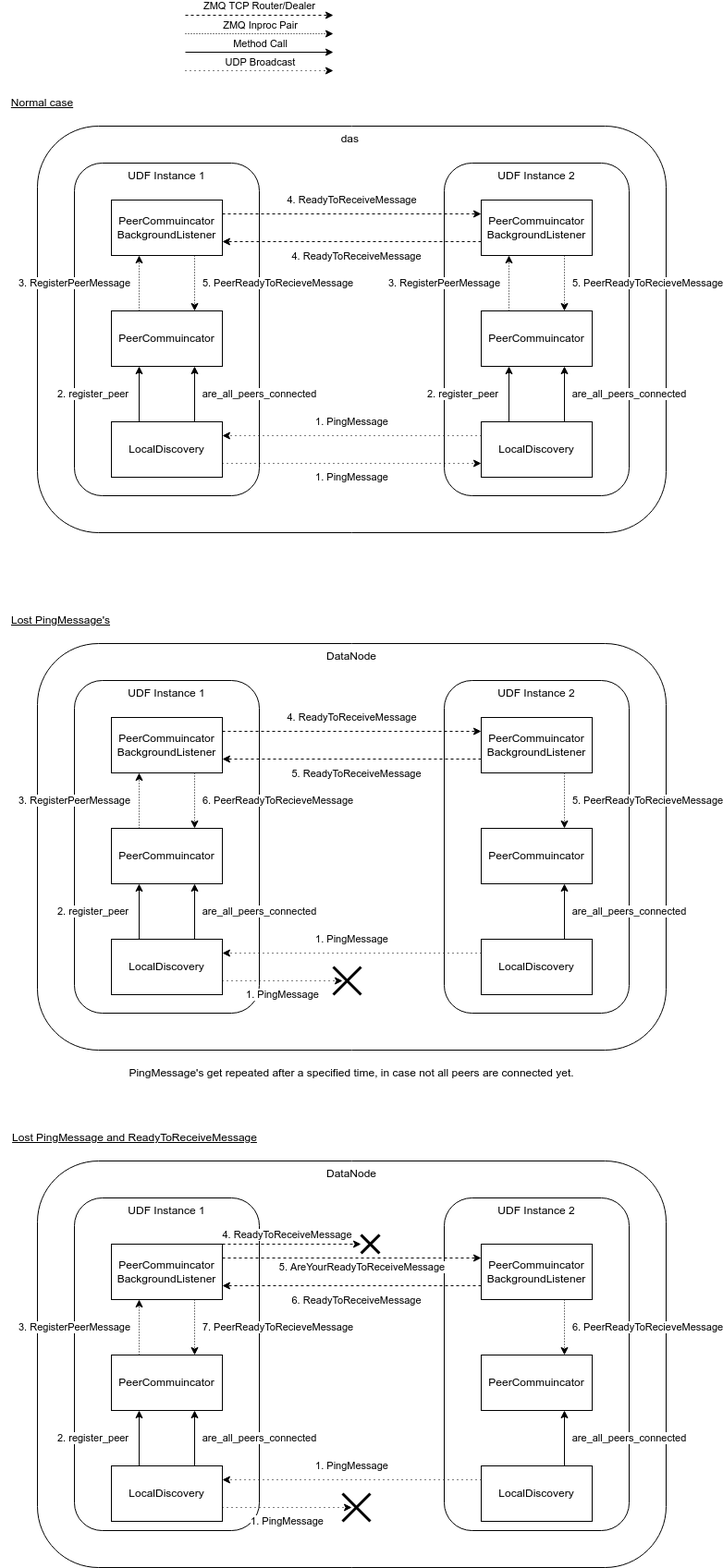
Above: doc/design/udf_communication_detail_overview.drawio.png in exasol/advanced-analytics-framework (draw.io), before the change. Source tidied: cells renumbered, new cells last; positions are measured from the earlier drawing's top-left corner, leaving out a move shared by most shapes.
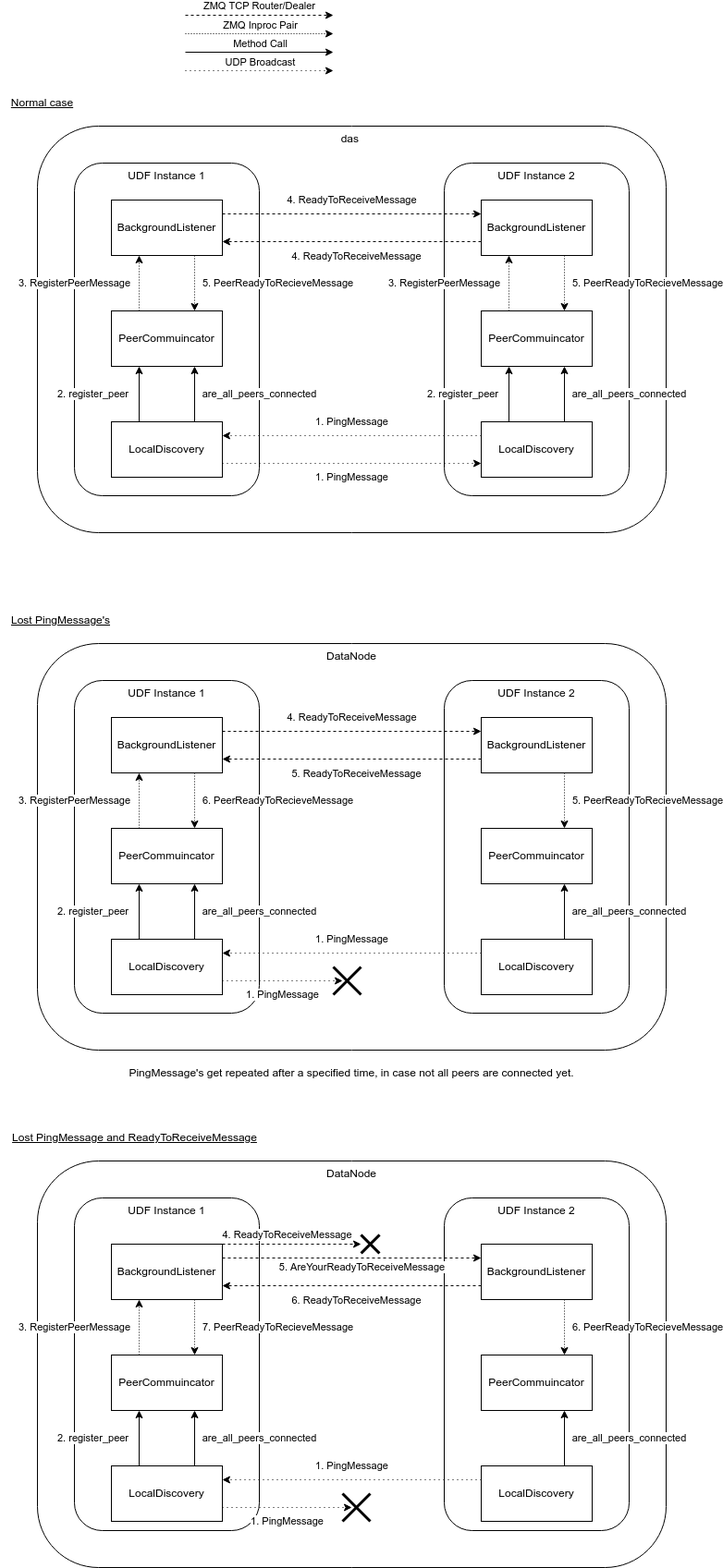
After the change.

Commit message:
Add markup for Python classes and enities to the documentation. And, explained the purpose of BackgroundListenerInterface and BackgroundListenerThread.

Diff of the diagram source:
```diff
@@ -53,7 +53,7 @@
     <mxCell id="18" value="4. ReadyToReceiveMessage" style="edgeStyle=orthogonalEdgeStyle;rounded=0;jettySize=auto;html=1;exitX=1;exitY=0.25;exitDx=0;exitDy=0;entryX=0;entryY=0.25;entryDx=0;entryDy=0;dashed=1;" parent="1" edge="1" source="19" target="28">
       <mxGeometry y="15" relative="1" as="geometry" />
     </mxCell>
-    <mxCell id="19" value="PeerCommuincator&lt;br&gt;BackgroundListener" style="rounded=0;whiteSpace=wrap;html=1;" parent="1" vertex="1">
+    <mxCell id="19" value="BackgroundListener" style="rounded=0;whiteSpace=wrap;html=1;" parent="1" vertex="1">
       <mxGeometry x="120" y="200" width="120" height="60" as="geometry" />
     </mxCell>
     <mxCell id="20" value="3. RegisterPeerMessage" style="edgeStyle=orthogonalEdgeStyle;rounded=0;jettySize=auto;html=1;exitX=0.25;exitY=0;exitDx=0;exitDy=0;entryX=0.25;entryY=1;entryDx=0;entryDy=0;dashed=1;dashPattern=1 2;" parent="1" edge="1" source="21" target="28">
@@ -82,7 +82,7 @@
     <mxCell id="27" value="5. PeerReadyToRecieveMessage" style="edgeStyle=orthogonalEdgeStyle;rounded=0;jettySize=auto;html=1;exitX=0.75;exitY=1;exitDx=0;exitDy=0;entryX=0.75;entryY=0;entryDx=0;entryDy=0;dashed=1;dashPattern=1 2;" parent="1" edge="1" source="28" target="21">
       <mxGeometry y="90" relative="1" as="geometry" />
     </mxCell>
-    <mxCell id="28" value="PeerCommuincator&lt;br&gt;BackgroundListener" style="rounded=0;whiteSpace=wrap;html=1;" parent="1" vertex="1">
+    <mxCell id="28" value="BackgroundListener" style="rounded=0;whiteSpace=wrap;html=1;" parent="1" vertex="1">
       <mxGeometry x="520" y="200" width="120" height="60" as="geometry" />
     </mxCell>
     <mxCell id="29" value="are_all_peers_connected" style="edgeStyle=orthogonalEdgeStyle;rounded=0;jettySize=auto;html=1;exitX=0.75;exitY=0;exitDx=0;exitDy=0;entryX=0.75;entryY=1;entryDx=0;entryDy=0;" parent="1" edge="1" source="33" target="31">
@@ -106,7 +106,7 @@
     <mxCell id="35" value="4. ReadyToReceiveMessage" style="edgeStyle=orthogonalEdgeStyle;rounded=0;jettySize=auto;html=1;exitX=1;exitY=0.25;exitDx=0;exitDy=0;entryX=0;entryY=0.25;entryDx=0;entryDy=0;dashed=1;" parent="1" edge="1" source="36" target="44">
       <mxGeometry y="15" relative="1" as="geometry" />
     </mxCell>
-    <mxCell id="36" value="PeerCommuincator&lt;br&gt;BackgroundListener" style="rounded=0;whiteSpace=wrap;html=1;" parent="1" vertex="1">
+    <mxCell id="36" value="BackgroundListener" style="rounded=0;whiteSpace=wrap;html=1;" parent="1" vertex="1">
       <mxGeometry x="120" y="760" width="120" height="60" as="geometry" />
     </mxCell>
     <mxCell id="37" value="&lt;span style=&quot;color: rgb(0, 0, 0); font-family: Helvetica; font-size: 11px; font-style: normal; font-variant-ligatures: normal; font-variant-caps: normal; font-weight: 400; letter-spacing: normal; orphans: 2; text-align: center; text-indent: 0px; text-transform: none; widows: 2; word-spacing: 0px; -webkit-text-stroke-width: 0px; background-color: rgb(255, 255, 255); text-decoration-thickness: initial; text-decoration-style: initial; text-decoration-color: initial; float: none; display: inline !important;&quot;&gt;are_all_peers_connected&lt;/span&gt;" style="rounded=0;jettySize=auto;html=1;entryX=0.75;entryY=1;entryDx=0;entryDy=0;exitX=0.75;exitY=0;exitDx=0;exitDy=0;" parent="1" edge="1" source="40" target="38">
@@ -132,7 +132,7 @@
     <mxCell id="43" value="5. PeerReadyToRecieveMessage" style="edgeStyle=orthogonalEdgeStyle;rounded=0;jettySize=auto;html=1;exitX=0.75;exitY=1;exitDx=0;exitDy=0;entryX=0.75;entryY=0;entryDx=0;entryDy=0;dashed=1;dashPattern=1 2;" parent="1" edge="1" source="44" target="38">
       <mxGeometry y="90" relative="1" as="geometry" />
     </mxCell>
-    <mxCell id="44" value="PeerCommuincator&lt;br&gt;BackgroundListener" style="rounded=0;whiteSpace=wrap;html=1;" parent="1" vertex="1">
+    <mxCell id="44" value="BackgroundListener" style="rounded=0;whiteSpace=wrap;html=1;" parent="1" vertex="1">
       <mxGeometry x="520" y="760" width="120" height="60" as="geometry" />
     </mxCell>
     <mxCell id="45" value="&lt;span style=&quot;color: rgb(0, 0, 0); font-family: Helvetica; font-size: 11px; font-style: normal; font-variant-ligatures: normal; font-variant-caps: normal; font-weight: 400; letter-spacing: normal; orphans: 2; text-align: center; text-indent: 0px; text-transform: none; widows: 2; word-spacing: 0px; -webkit-text-stroke-width: 0px; background-color: rgb(255, 255, 255); text-decoration-thickness: initial; text-decoration-style: initial; text-decoration-color: initial; float: none; display: inline !important;&quot;&gt;are_all_peers_connected&lt;/span&gt;" style="edgeStyle=orthogonalEdgeStyle;rounded=0;jettySize=auto;html=1;entryX=0.75;entryY=1;entryDx=0;entryDy=0;exitX=0.75;exitY=0;exitDx=0;exitDy=0;" parent="1" edge="1" source="24" target="21">
@@ -161,7 +161,7 @@
         <mxPoint x="390" y="1330" as="targetPoint" />
       </mxGeometry>
     </mxCell>
-    <mxCell id="53" value="PeerCommuincator&lt;br&gt;BackgroundListener" style="rounded=0;whiteSpace=wrap;html=1;" parent="1" vertex="1">
+    <mxCell id="53" value="BackgroundListener" style="rounded=0;whiteSpace=wrap;html=1;" parent="1" vertex="1">
       <mxGeometry x="120" y="1330" width="120" height="60" as="geometry" />
     </mxCell>
     <mxCell id="54" value="&lt;span style=&quot;color: rgb(0, 0, 0); font-family: Helvetica; font-size: 11px; font-style: normal; font-variant-ligatures: normal; font-variant-caps: normal; font-weight: 400; letter-spacing: normal; orphans: 2; text-align: center; text-indent: 0px; text-transform: none; widows: 2; word-spacing: 0px; -webkit-text-stroke-width: 0px; background-color: rgb(255, 255, 255); text-decoration-thickness: initial; text-decoration-style: initial; text-decoration-color: initial; float: none; display: inline !important;&quot;&gt;are_all_peers_connected&lt;/span&gt;" style="edgeStyle=orthogonalEdgeStyle;rounded=0;jettySize=auto;html=1;exitX=0.75;exitY=0;exitDx=0;exitDy=0;entryX=0.75;entryY=1;entryDx=0;entryDy=0;" parent="1" edge="1" source="57" target="55">
@@ -187,7 +187,7 @@
     <mxCell id="60" value="6. PeerReadyToRecieveMessage" style="edgeStyle=orthogonalEdgeStyle;rounded=0;jettySize=auto;html=1;exitX=0.75;exitY=1;exitDx=0;exitDy=0;entryX=0.75;entryY=0;entryDx=0;entryDy=0;dashed=1;dashPattern=1 2;" parent="1" edge="1" source="61" target="55">
       <mxGeometry y="90" relative="1" as="geometry" />
     </mxCell>
-    <mxCell id="61" value="PeerCommuincator&lt;br&gt;BackgroundListener" style="rounded=0;whiteSpace=wrap;html=1;" parent="1" vertex="1">
+    <mxCell id="61" value="BackgroundListener" style="rounded=0;whiteSpace=wrap;html=1;" parent="1" vertex="1">
       <mxGeometry x="520" y="1330" width="120" height="60" as="geometry" />
     </mxCell>
     <mxCell id="62" style="group;" parent="1" vertex="1">
```
